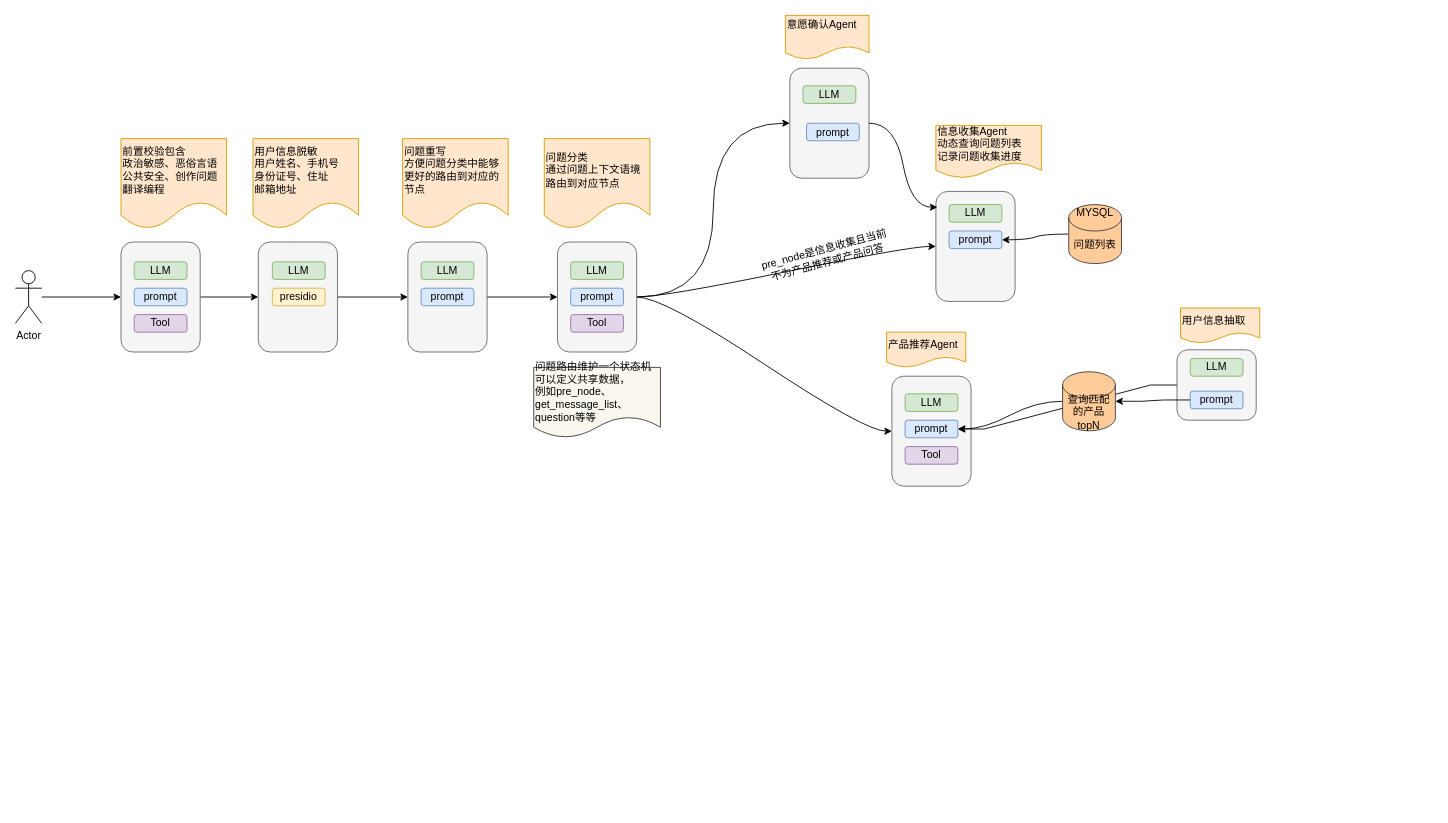
Above: 未命名绘图.drawio in liuyanqun0815/drawio (draw.io), before the change. Source tidied: cells renumbered, new cells numbered last; positions are measured from the earlier drawing's top-left corner, leaving out a move shared by most shapes. Both pictures are drawn from the tidied source at 88%, with x=0, y=0 at pixel (15, 15).
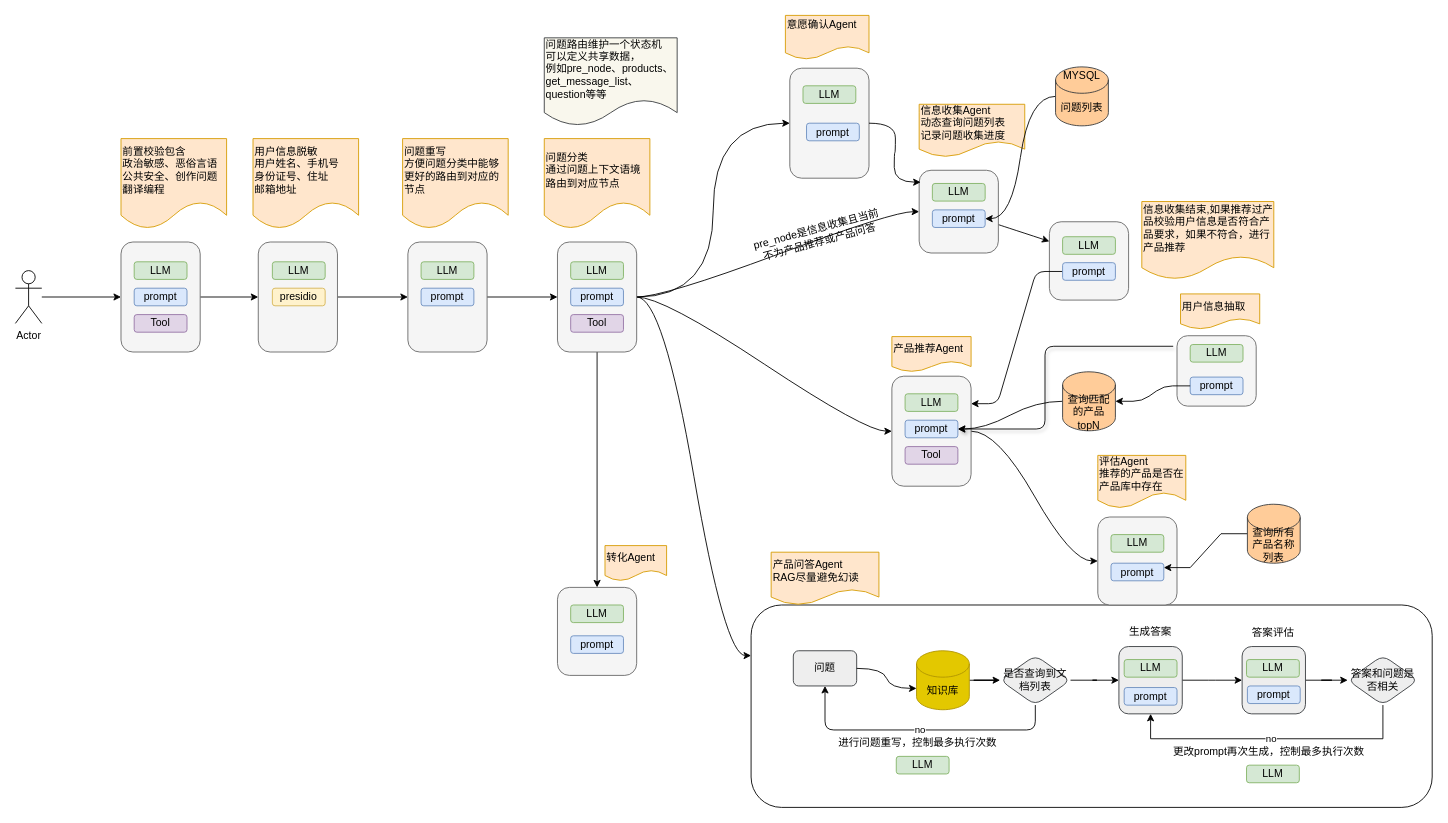
After the change.

Commit message (it also covers changes not shown here):
更新未命名绘图.drawio

Unchanged cells that the change refers to:
```xml
<mxCell id="21" style="rounded=1;whiteSpace=wrap;html=1;fillColor=#f5f5f5;fontColor=#333333;strokeColor=#666666;" parent="1" vertex="1">
  <mxGeometry x="616" y="257.5" width="90" height="125" as="geometry" />
</mxCell>
<mxCell id="42" style="rounded=1;whiteSpace=wrap;html=1;fillColor=#f5f5f5;fontColor=#333333;strokeColor=#666666;" parent="1" vertex="1">
  <mxGeometry x="996" y="410" width="90" height="125" as="geometry" />
</mxCell>
<mxCell id="44" value="prompt" style="rounded=1;whiteSpace=wrap;html=1;fillColor=#dae8fc;strokeColor=#6c8ebf;" parent="1" vertex="1">
  <mxGeometry x="1011" y="460" width="60" height="20" as="geometry" />
</mxCell>
<mxCell id="54" value="查询匹配的产品topN" style="shape=cylinder3;whiteSpace=wrap;html=1;boundedLbl=1;backgroundOutline=1;size=15;fillColor=#ffcc99;strokeColor=#36393d;" parent="1" vertex="1">
  <mxGeometry x="1190" y="405" width="60" height="67" as="geometry" />
</mxCell>
```

Change to the diagram source:
```diff
@@
+    <mxCell id="56" style="rounded=1;whiteSpace=wrap;html=1;fillColor=none;" parent="1" vertex="1">
+      <mxGeometry x="836" y="670" width="774" height="230" as="geometry" />
+    </mxCell>
@@
+    <mxCell id="57" style="edgeStyle=entityRelationEdgeStyle;rounded=0;jettySize=auto;html=1;entryX=0;entryY=0.25;entryDx=0;entryDy=0;curved=1;" parent="1" edge="1" source="21" target="56">
+      <mxGeometry relative="1" as="geometry" />
+    </mxCell>
+    <mxCell id="58" style="rounded=1;jettySize=auto;html=1;entryX=0.5;entryY=0;entryDx=0;entryDy=0;curved=0;" parent="1" edge="1" source="21" target="96">
+      <mxGeometry relative="1" as="geometry" />
+    </mxCell>
@@
-    <mxCell id="28" value="问题路由维护一个状态机&lt;div&gt;可&lt;span style=&quot;background-color: initial;&quot;&gt;以定义共享数据，&lt;/span&gt;&lt;div&gt;&lt;div&gt;例如pre_node、get_message_list、question等等&lt;/div&gt;&lt;/div&gt;&lt;/div&gt;" style="shape=document;whiteSpace=wrap;html=1;boundedLbl=1;align=left;fillColor=#f9f7ed;strokeColor=#36393d;" parent="1" vertex="1">
-      <mxGeometry x="589" y="400" width="144" height="80" as="geometry" />
+    <mxCell id="28" value="问题路由维护一个状态机&lt;div&gt;可&lt;span style=&quot;background-color: initial;&quot;&gt;以定义共享数据，&lt;/span&gt;&lt;div&gt;&lt;div&gt;例如pre_node、products、get_message_list、question等等&lt;/div&gt;&lt;/div&gt;&lt;/div&gt;" style="shape=document;whiteSpace=wrap;html=1;boundedLbl=1;align=left;fillColor=#f9f7ed;strokeColor=#36393d;" parent="1" vertex="1">
+      <mxGeometry x="601" y="25.5" width="151" height="100" as="geometry" />
     </mxCell>
@@
+    <mxCell id="59" style="rounded=0;jettySize=auto;html=1;entryX=0;entryY=0.25;entryDx=0;entryDy=0;curved=1;" parent="1" edge="1" source="33" target="67">
+      <mxGeometry relative="1" as="geometry" />
+    </mxCell>
     <mxCell id="33" style="rounded=1;whiteSpace=wrap;html=1;fillColor=#f5f5f5;fontColor=#333333;strokeColor=#666666;" parent="1" vertex="1">
-      <mxGeometry x="1046" y="200" width="90" height="125" as="geometry" />
+      <mxGeometry x="1027" y="176" width="90" height="94" as="geometry" />
     </mxCell>
     <mxCell id="34" value="信息收集Agent&lt;div&gt;动态查询问题列表&lt;/div&gt;&lt;div&gt;记录问题收集进度&lt;/div&gt;" style="shape=document;whiteSpace=wrap;html=1;boundedLbl=1;align=left;fillColor=#ffe6cc;strokeColor=#d79b00;" parent="1" vertex="1">
-      <mxGeometry x="1046" y="125" width="120" height="60" as="geometry" />
+      <mxGeometry x="1027" y="101" width="120" height="60" as="geometry" />
     </mxCell>
     <mxCell id="35" value="pre_node是信息收集且当前不为产品推荐或产品问答" style="text;html=1;align=center;verticalAlign=middle;whiteSpace=wrap;rounded=0;rotation=-15;" parent="1" vertex="1">
-      <mxGeometry x="846" y="257.5" width="150" height="30" as="geometry" />
+      <mxGeometry x="837" y="234.5" width="150" height="30" as="geometry" />
     </mxCell>
     <mxCell id="36" value="LLM" style="rounded=1;whiteSpace=wrap;html=1;fillColor=#d5e8d4;strokeColor=#82b366;" parent="1" vertex="1">
-      <mxGeometry x="1061" y="215" width="60" height="20" as="geometry" />
+      <mxGeometry x="1042" y="191" width="60" height="20" as="geometry" />
     </mxCell>
     <mxCell id="37" value="prompt" style="rounded=1;whiteSpace=wrap;html=1;fillColor=#dae8fc;strokeColor=#6c8ebf;" parent="1" vertex="1">
-      <mxGeometry x="1061" y="245" width="60" height="20" as="geometry" />
+      <mxGeometry x="1042" y="221" width="60" height="20" as="geometry" />
     </mxCell>
@@
     <mxCell id="39" value="问题列表" style="shape=cylinder3;whiteSpace=wrap;html=1;boundedLbl=1;backgroundOutline=1;size=15;fillColor=#ffcc99;strokeColor=#36393d;" parent="1" vertex="1">
-      <mxGeometry x="1197" y="215" width="60" height="67" as="geometry" />
+      <mxGeometry x="1182" y="58.5" width="60" height="67" as="geometry" />
     </mxCell>
     <mxCell id="40" value="MYSQL" style="text;html=1;align=center;verticalAlign=middle;whiteSpace=wrap;rounded=0;" parent="1" vertex="1">
-      <mxGeometry x="1197" y="210" width="60" height="30" as="geometry" />
+      <mxGeometry x="1182" y="53.5" width="60" height="30" as="geometry" />
     </mxCell>
@@
+    <mxCell id="60" style="edgeStyle=entityRelationEdgeStyle;rounded=0;jettySize=auto;html=1;curved=1;" parent="1" edge="1" source="42" target="61">
+      <mxGeometry relative="1" as="geometry" />
+    </mxCell>
@@
     <mxCell id="43" value="产品推荐Agent" style="shape=document;whiteSpace=wrap;html=1;boundedLbl=1;align=left;fillColor=#ffe6cc;strokeColor=#d79b00;" parent="1" vertex="1">
-      <mxGeometry x="990" y="360" width="90" height="40" as="geometry" />
+      <mxGeometry x="996" y="365" width="90" height="40" as="geometry" />
     </mxCell>
@@
-    <mxCell id="47" style="edgeStyle=entityRelationEdgeStyle;rounded=0;jettySize=auto;html=1;entryX=1;entryY=0.5;entryDx=0;entryDy=0;targetPerimeterSpacing=0;strokeColor=default;shadow=0;flowAnimation=1;" parent="1" edge="1" source="48" target="44">
-      <mxGeometry relative="1" as="geometry" />
+    <mxCell id="47" style="edgeStyle=elbowEdgeStyle;rounded=1;jettySize=auto;html=1;entryX=1;entryY=0.5;entryDx=0;entryDy=0;targetPerimeterSpacing=0;strokeColor=default;shadow=1;flowAnimation=0;jumpStyle=gap;jumpSize=104;exitX=-0.048;exitY=0.15;exitDx=0;exitDy=0;exitPerimeter=0;curved=0;" parent="1" edge="1" source="48" target="44">
+      <mxGeometry relative="1" as="geometry">
+        <Array as="points">
+          <mxPoint x="1170" y="440" />
+        </Array>
+      </mxGeometry>
     </mxCell>
     <mxCell id="48" style="rounded=1;whiteSpace=wrap;html=1;fillColor=#f5f5f5;fontColor=#333333;strokeColor=#666666;" parent="1" vertex="1">
-      <mxGeometry x="1320" y="380" width="90" height="80" as="geometry" />
+      <mxGeometry x="1320" y="364" width="90" height="80" as="geometry" />
     </mxCell>
     <mxCell id="49" value="LLM" style="rounded=1;whiteSpace=wrap;html=1;fillColor=#d5e8d4;strokeColor=#82b366;" parent="1" vertex="1">
-      <mxGeometry x="1335" y="390" width="60" height="20" as="geometry" />
+      <mxGeometry x="1335" y="374" width="60" height="20" as="geometry" />
     </mxCell>
     <mxCell id="50" value="prompt" style="rounded=1;whiteSpace=wrap;html=1;fillColor=#dae8fc;strokeColor=#6c8ebf;" parent="1" vertex="1">
-      <mxGeometry x="1335" y="427" width="60" height="20" as="geometry" />
+      <mxGeometry x="1335" y="411" width="60" height="20" as="geometry" />
     </mxCell>
     <mxCell id="51" value="用户信息抽取" style="shape=document;whiteSpace=wrap;html=1;boundedLbl=1;align=left;fillColor=#ffe6cc;strokeColor=#d79b00;" parent="1" vertex="1">
-      <mxGeometry x="1324" y="332.5" width="90" height="40" as="geometry" />
+      <mxGeometry x="1324" y="316.5" width="90" height="40" as="geometry" />
     </mxCell>
@@
-    <mxCell id="55" style="edgeStyle=entityRelationEdgeStyle;rounded=0;jettySize=auto;html=1;entryX=1;entryY=0.5;entryDx=0;entryDy=0;entryPerimeter=0;" parent="1" edge="1" source="50" target="54">
+    <mxCell id="55" style="edgeStyle=entityRelationEdgeStyle;rounded=1;jettySize=auto;html=1;entryX=1;entryY=0.5;entryDx=0;entryDy=0;entryPerimeter=0;curved=0;" parent="1" edge="1" source="50" target="54">
       <mxGeometry relative="1" as="geometry" />
     </mxCell>
+    <mxCell id="61" style="rounded=1;whiteSpace=wrap;html=1;fillColor=#f5f5f5;fontColor=#333333;strokeColor=#666666;" parent="1" vertex="1">
+      <mxGeometry x="1230" y="570" width="90" height="100" as="geometry" />
+    </mxCell>
+    <mxCell id="62" value="评估Agent&lt;div&gt;推荐的产品是否在产品库中存在&lt;/div&gt;" style="shape=document;whiteSpace=wrap;html=1;boundedLbl=1;align=left;fillColor=#ffe6cc;strokeColor=#d79b00;" parent="1" vertex="1">
+      <mxGeometry x="1230" y="500" width="100" height="60" as="geometry" />
+    </mxCell>
+    <mxCell id="63" value="LLM" style="rounded=1;whiteSpace=wrap;html=1;fillColor=#d5e8d4;strokeColor=#82b366;" parent="1" vertex="1">
+      <mxGeometry x="1245" y="590" width="60" height="20" as="geometry" />
+    </mxCell>
+    <mxCell id="64" value="prompt" style="rounded=1;whiteSpace=wrap;html=1;fillColor=#dae8fc;strokeColor=#6c8ebf;" parent="1" vertex="1">
+      <mxGeometry x="1245" y="622.5" width="60" height="20" as="geometry" />
+    </mxCell>
+    <mxCell id="65" style="edgeStyle=entityRelationEdgeStyle;rounded=0;jettySize=auto;html=1;entryX=1;entryY=0.25;entryDx=0;entryDy=0;" parent="1" edge="1" source="66" target="64">
+      <mxGeometry relative="1" as="geometry" />
+    </mxCell>
+    <mxCell id="66" value="查询所有产品名称列表" style="shape=cylinder3;whiteSpace=wrap;html=1;boundedLbl=1;backgroundOutline=1;size=15;fillColor=#ffcc99;strokeColor=#36393d;" parent="1" vertex="1">
+      <mxGeometry x="1400" y="555.5" width="60" height="67" as="geometry" />
+    </mxCell>
+    <mxCell id="67" style="rounded=1;whiteSpace=wrap;html=1;fillColor=#f5f5f5;fontColor=#333333;strokeColor=#666666;" parent="1" vertex="1">
+      <mxGeometry x="1175" y="234.5" width="90" height="89" as="geometry" />
+    </mxCell>
+    <mxCell id="68" value="LLM" style="rounded=1;whiteSpace=wrap;html=1;fillColor=#d5e8d4;strokeColor=#82b366;" parent="1" vertex="1">
+      <mxGeometry x="1190" y="251.5" width="60" height="20" as="geometry" />
+    </mxCell>
+    <mxCell id="69" style="edgeStyle=entityRelationEdgeStyle;rounded=1;jettySize=auto;html=1;entryX=1;entryY=0.25;entryDx=0;entryDy=0;curved=0;" parent="1" edge="1" source="70" target="42">
+      <mxGeometry relative="1" as="geometry" />
+    </mxCell>
+    <mxCell id="70" value="prompt" style="rounded=1;whiteSpace=wrap;html=1;fillColor=#dae8fc;strokeColor=#6c8ebf;" parent="1" vertex="1">
+      <mxGeometry x="1190" y="281" width="60" height="20" as="geometry" />
+    </mxCell>
+    <mxCell id="71" value="信息收集结束,如果推荐过产品校验用户信息是否符合产品要求，如果不符合，进行产品推荐" style="shape=document;whiteSpace=wrap;html=1;boundedLbl=1;align=left;fillColor=#ffe6cc;strokeColor=#d79b00;" parent="1" vertex="1">
+      <mxGeometry x="1280" y="211.5" width="150" height="88.5" as="geometry" />
+    </mxCell>
+    <mxCell id="72" value="产品问答Agent&lt;div&gt;RAG尽量避免幻读&lt;/div&gt;" style="shape=document;whiteSpace=wrap;html=1;boundedLbl=1;align=left;fillColor=#ffe6cc;strokeColor=#d79b00;" parent="1" vertex="1">
+      <mxGeometry x="858.8" y="610" width="122.5" height="60" as="geometry" />
+    </mxCell>
+    <mxCell id="73" value="问题" style="rounded=1;whiteSpace=wrap;html=1;fillColor=#eeeeee;strokeColor=#36393d;" parent="1" vertex="1">
+      <mxGeometry x="884" y="722" width="72" height="40" as="geometry" />
+    </mxCell>
+    <mxCell id="74" style="edgeStyle=entityRelationEdgeStyle;rounded=0;jettySize=auto;html=1;entryX=0;entryY=0.5;entryDx=0;entryDy=0;" parent="1" edge="1" source="75" target="81">
+      <mxGeometry relative="1" as="geometry" />
+    </mxCell>
+    <mxCell id="75" value="知识库" style="shape=cylinder3;whiteSpace=wrap;html=1;boundedLbl=1;backgroundOutline=1;size=15;fillColor=#e3c800;strokeColor=#B09500;fontColor=#000000;" parent="1" vertex="1">
+      <mxGeometry x="1024" y="722" width="60" height="67" as="geometry" />
+    </mxCell>
+    <mxCell id="76" style="edgeStyle=entityRelationEdgeStyle;rounded=0;jettySize=auto;html=1;entryX=0;entryY=0;entryDx=0;entryDy=42.75;entryPerimeter=0;curved=1;" parent="1" edge="1" source="73" target="75">
+      <mxGeometry relative="1" as="geometry" />
+    </mxCell>
+    <mxCell id="77" style="edgeStyle=entityRelationEdgeStyle;rounded=0;jettySize=auto;html=1;" parent="1" edge="1" source="78" target="88">
+      <mxGeometry relative="1" as="geometry" />
+    </mxCell>
+    <mxCell id="78" style="rounded=1;whiteSpace=wrap;html=1;fillColor=#eeeeee;strokeColor=#36393d;" parent="1" vertex="1">
+      <mxGeometry x="1254" y="717.2" width="72" height="76.5" as="geometry" />
+    </mxCell>
+    <mxCell id="79" value="no" style="rounded=1;jettySize=auto;html=1;entryX=0.5;entryY=1;entryDx=0;entryDy=0;edgeStyle=elbowEdgeStyle;elbow=vertical;curved=0;" parent="1" edge="1" source="81" target="73">
+      <mxGeometry relative="1" as="geometry">
+        <Array as="points">
+          <mxPoint x="1024" y="812" />
+        </Array>
+      </mxGeometry>
+    </mxCell>
+    <mxCell id="80" style="edgeStyle=entityRelationEdgeStyle;rounded=0;jettySize=auto;html=1;" parent="1" edge="1" source="81" target="78">
+      <mxGeometry relative="1" as="geometry" />
+    </mxCell>
+    <mxCell id="81" value="是否查询到文档列表" style="rhombus;whiteSpace=wrap;html=1;fillColor=#eeeeee;strokeColor=#36393d;rounded=1;" parent="1" vertex="1">
+      <mxGeometry x="1119" y="727.2" width="80" height="56.5" as="geometry" />
+    </mxCell>
+    <mxCell id="82" value="进行问题重写，控制最多执行次数" style="text;html=1;align=center;verticalAlign=middle;strokeColor=none;fillColor=none;" parent="1" vertex="1">
+      <mxGeometry x="925" y="812" width="200" height="30" as="geometry" />
+    </mxCell>
+    <mxCell id="83" value="&lt;span style=&quot;color: rgb(0, 0, 0); font-family: Helvetica; font-size: 12px; font-style: normal; font-variant-ligatures: normal; font-variant-caps: normal; font-weight: 400; letter-spacing: normal; orphans: 2; text-align: center; text-indent: 0px; text-transform: none; widows: 2; word-spacing: 0px; -webkit-text-stroke-width: 0px; white-space: normal; background-color: rgb(251, 251, 251); text-decoration-thickness: initial; text-decoration-style: initial; text-decoration-color: initial; display: inline !important; float: none;&quot;&gt;生成答案&lt;/span&gt;" style="text;whiteSpace=wrap;html=1;" parent="1" vertex="1">
+      <mxGeometry x="1264" y="687.2" width="60" height="24.8" as="geometry" />
+    </mxCell>
+    <mxCell id="84" value="LLM" style="rounded=1;whiteSpace=wrap;html=1;fillColor=#d5e8d4;strokeColor=#82b366;" parent="1" vertex="1">
+      <mxGeometry x="1260" y="732" width="60" height="20" as="geometry" />
+    </mxCell>
+    <mxCell id="85" value="LLM" style="rounded=1;whiteSpace=wrap;html=1;fillColor=#d5e8d4;strokeColor=#82b366;" parent="1" vertex="1">
+      <mxGeometry x="1001" y="842" width="60" height="20" as="geometry" />
+    </mxCell>
+    <mxCell id="86" value="prompt" style="rounded=1;whiteSpace=wrap;html=1;fillColor=#dae8fc;strokeColor=#6c8ebf;" parent="1" vertex="1">
+      <mxGeometry x="1260" y="763.8" width="60" height="20" as="geometry" />
+    </mxCell>
+    <mxCell id="87" style="edgeStyle=entityRelationEdgeStyle;rounded=0;jettySize=auto;html=1;" parent="1" edge="1" source="88" target="93">
+      <mxGeometry relative="1" as="geometry" />
+    </mxCell>
+    <mxCell id="88" style="rounded=1;whiteSpace=wrap;html=1;fillColor=#eeeeee;strokeColor=#36393d;" parent="1" vertex="1">
+      <mxGeometry x="1394" y="717.2" width="72" height="76.5" as="geometry" />
+    </mxCell>
+    <mxCell id="89" value="答案评估" style="text;html=1;align=center;verticalAlign=middle;strokeColor=none;fillColor=none;" parent="1" vertex="1">
+      <mxGeometry x="1394" y="687.2" width="70" height="30" as="geometry" />
+    </mxCell>
+    <mxCell id="90" value="LLM" style="rounded=1;whiteSpace=wrap;html=1;fillColor=#d5e8d4;strokeColor=#82b366;" parent="1" vertex="1">
+      <mxGeometry x="1399" y="732" width="60" height="20" as="geometry" />
+    </mxCell>
+    <mxCell id="91" value="prompt" style="rounded=1;whiteSpace=wrap;html=1;fillColor=#dae8fc;strokeColor=#6c8ebf;" parent="1" vertex="1">
+      <mxGeometry x="1400" y="762" width="60" height="20" as="geometry" />
+    </mxCell>
+    <mxCell id="92" value="no" style="edgeStyle=elbowEdgeStyle;rounded=0;jettySize=auto;html=1;entryX=0.5;entryY=1;entryDx=0;entryDy=0;elbow=vertical;" parent="1" edge="1" source="93" target="78">
+      <mxGeometry relative="1" as="geometry">
+        <Array as="points">
+          <mxPoint x="1434" y="822" />
+        </Array>
+      </mxGeometry>
+    </mxCell>
+    <mxCell id="93" value="答案和问题是否相关" style="rhombus;whiteSpace=wrap;html=1;fillColor=#eeeeee;strokeColor=#36393d;rounded=1;" parent="1" vertex="1">
+      <mxGeometry x="1514" y="727.2" width="80" height="56.5" as="geometry" />
+    </mxCell>
+    <mxCell id="94" value="更改prompt再次生成，控制最多执行次数" style="text;html=1;align=center;verticalAlign=middle;strokeColor=none;fillColor=none;" parent="1" vertex="1">
+      <mxGeometry x="1304" y="822" width="240" height="30" as="geometry" />
+    </mxCell>
+    <mxCell id="95" value="LLM" style="rounded=1;whiteSpace=wrap;html=1;fillColor=#d5e8d4;strokeColor=#82b366;" parent="1" vertex="1">
+      <mxGeometry x="1399" y="852" width="60" height="20" as="geometry" />
+    </mxCell>
+    <mxCell id="96" style="rounded=1;whiteSpace=wrap;html=1;fillColor=#f5f5f5;fontColor=#333333;strokeColor=#666666;" parent="1" vertex="1">
+      <mxGeometry x="616" y="650" width="90" height="100" as="geometry" />
+    </mxCell>
+    <mxCell id="97" value="转化Agent" style="shape=document;whiteSpace=wrap;html=1;boundedLbl=1;align=left;fillColor=#ffe6cc;strokeColor=#d79b00;" parent="1" vertex="1">
+      <mxGeometry x="670" y="602.5" width="70" height="40" as="geometry" />
+    </mxCell>
+    <mxCell id="98" value="LLM" style="rounded=1;whiteSpace=wrap;html=1;fillColor=#d5e8d4;strokeColor=#82b366;" parent="1" vertex="1">
+      <mxGeometry x="631" y="670" width="60" height="20" as="geometry" />
+    </mxCell>
+    <mxCell id="99" value="prompt" style="rounded=1;whiteSpace=wrap;html=1;fillColor=#dae8fc;strokeColor=#6c8ebf;" parent="1" vertex="1">
+      <mxGeometry x="631" y="705" width="60" height="20" as="geometry" />
+    </mxCell>
```
